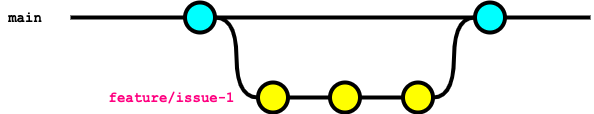
Before: documents/forGitBranch/img/branch_strategy_feature.drawio.png, a diagram exported from draw.io (future-architect/coding-standards). Source tidied: cells renumbered, new cells last; positions are measured from the earlier drawing's top-left corner, leaving out a move shared by most shapes.
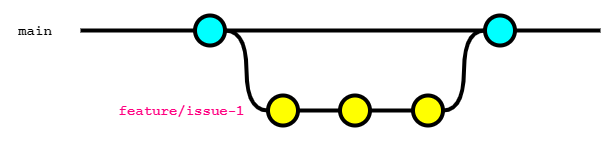
After the commit.

Diff of the diagram source:
```diff
@@ -2,6 +2,9 @@
   <root>
     <mxCell id="0" />
     <mxCell id="1" parent="0" />
+    <mxCell id="16" style="rounded=0;whiteSpace=wrap;html=1;strokeColor=none;" parent="1" vertex="1">
+      <mxGeometry x="-10" y="-15" width="610" height="150" as="geometry" />
+    </mxCell>
     <mxCell id="2" style="edgeStyle=orthogonalEdgeStyle;curved=1;rounded=0;html=1;exitX=1;exitY=0.5;exitPerimeter=0;entryX=0;entryY=0.5;entryPerimeter=0;endArrow=none;endFill=0;jettySize=auto;strokeWidth=4;fontSize=15;" parent="1" edge="1" source="3" target="9">
       <mxGeometry relative="1" as="geometry" />
     </mxCell>
```
